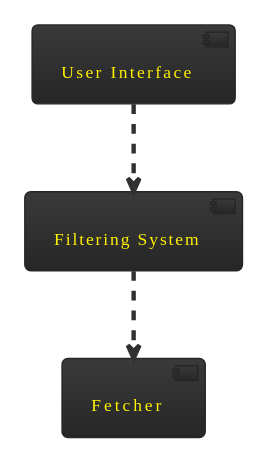
Geostartico/Trusted-list-browser keeps this PlantUML diagram as documentation/behaviour/modules_deps.svg. Above is the earlier version. Source of this version:
```plantuml
@startuml
!theme black-knight

[User Interface]..>[Filtering System]
[Filtering System]..>[Fetcher]
@enduml
```
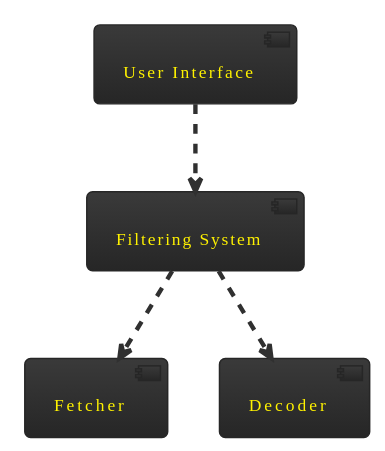
Above is the later version.

Commit message:
added inter module behaviour diagram

Change to the diagram source:
```diff
@@ -1,6 +1,8 @@
 @startuml
+
 !theme black-knight
 
 [User Interface]..>[Filtering System]
 [Filtering System]..>[Fetcher]
+[Filtering System]..>[Decoder]
 @enduml
```
